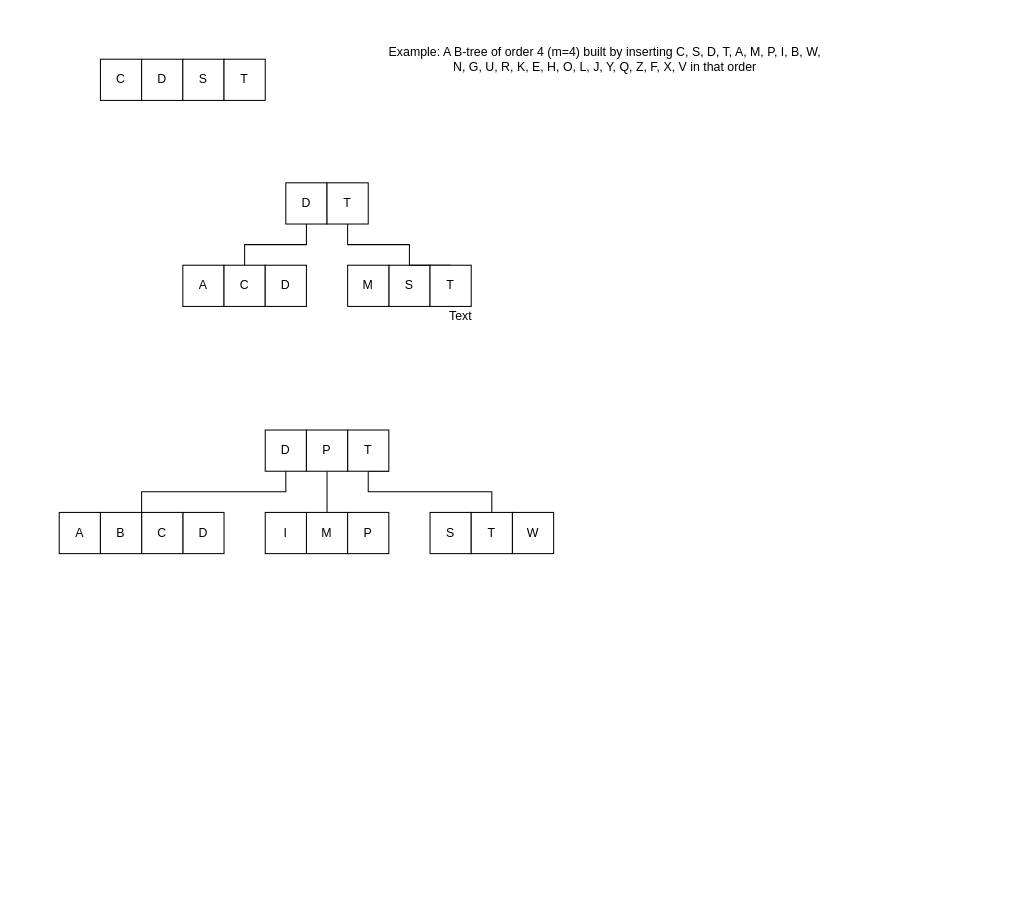
JJVillasis/Database-Designs keeps this draw.io diagram as B Trees Example.drawio. Above is the earlier version. Source tidied: cells renumbered, new cells numbered last; positions are measured from the earlier drawing's top-left corner, leaving out a move shared by most shapes. Both pictures are drawn from the tidied source at 103%, with x=0, y=0 at pixel (59, 18).
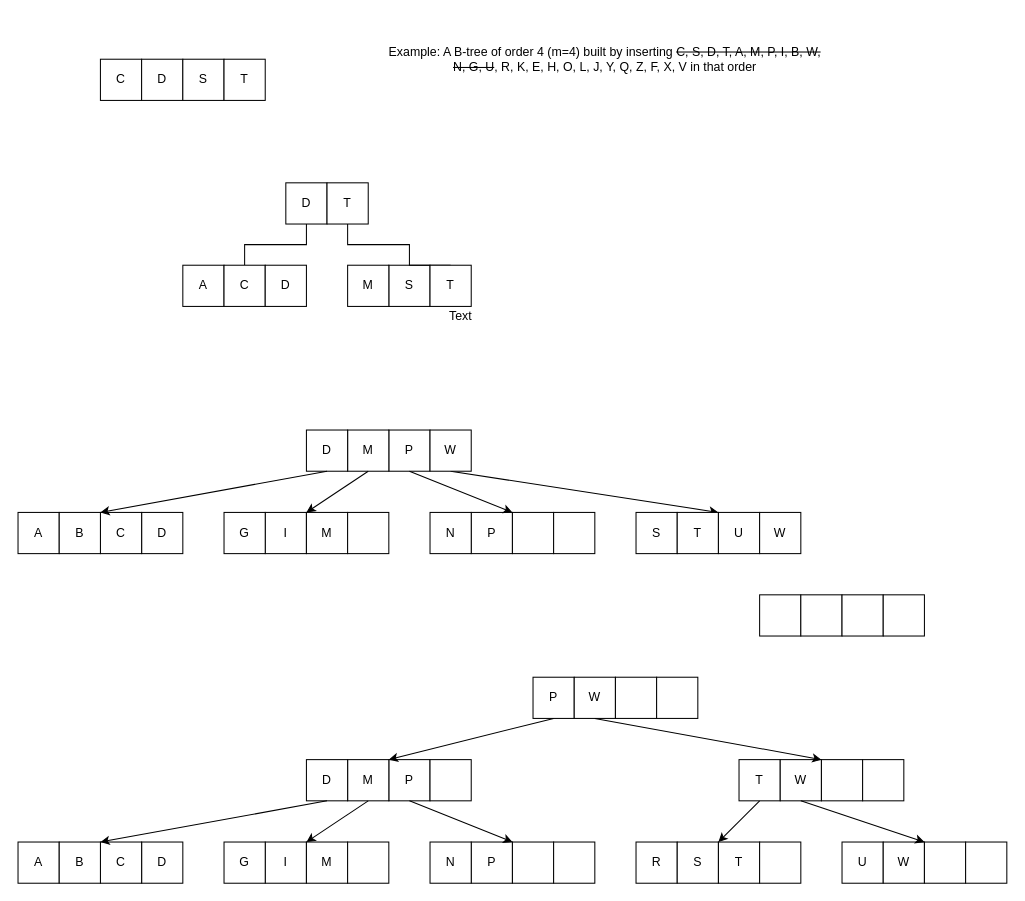
The same diagram, later.

Change to the diagram source:
```diff
@@
-    <mxCell id="2" style="edgeStyle=orthogonalEdgeStyle;rounded=0;jettySize=auto;html=1;exitX=0.5;exitY=1;exitDx=0;exitDy=0;endArrow=none;endFill=0;entryX=1;entryY=0;entryDx=0;entryDy=0;" parent="1" edge="1" source="8" target="32">
-      <mxGeometry relative="1" as="geometry">
-        <Array as="points">
-          <mxPoint x="220" y="460" />
-          <mxPoint x="80" y="460" />
-        </Array>
-      </mxGeometry>
-    </mxCell>
-    <mxCell id="3" style="edgeStyle=orthogonalEdgeStyle;rounded=0;jettySize=auto;html=1;exitX=1;exitY=1;exitDx=0;exitDy=0;entryX=1;entryY=0;entryDx=0;entryDy=0;endArrow=none;endFill=0;" parent="1" edge="1" source="9" target="4">
-      <mxGeometry relative="1" as="geometry">
-        <Array as="points">
-          <mxPoint x="300" y="440" />
-          <mxPoint x="300" y="460" />
-          <mxPoint x="420" y="460" />
-          <mxPoint x="420" y="480" />
-        </Array>
-      </mxGeometry>
-    </mxCell>
-    <mxCell id="4" value="S" style="whiteSpace=wrap;html=1;align=center;" parent="1" vertex="1">
-      <mxGeometry x="360" y="480" width="40" height="40" as="geometry" />
-    </mxCell>
-    <mxCell id="5" value="T" style="whiteSpace=wrap;html=1;align=center;" parent="1" vertex="1">
-      <mxGeometry x="400" y="480" width="40" height="40" as="geometry" />
-    </mxCell>
-    <mxCell id="6" value="M" style="whiteSpace=wrap;html=1;align=center;" parent="1" vertex="1">
-      <mxGeometry x="240" y="480" width="40" height="40" as="geometry" />
-    </mxCell>
-    <mxCell id="7" value="P" style="whiteSpace=wrap;html=1;align=center;" parent="1" vertex="1">
-      <mxGeometry x="280" y="480" width="40" height="40" as="geometry" />
-    </mxCell>
-    <mxCell id="8" value="D" style="whiteSpace=wrap;html=1;align=center;" parent="1" vertex="1">
-      <mxGeometry x="200" y="400" width="40" height="40" as="geometry" />
-    </mxCell>
-    <mxCell id="9" value="T" style="whiteSpace=wrap;html=1;align=center;" parent="1" vertex="1">
-      <mxGeometry x="280" y="400" width="40" height="40" as="geometry" />
-    </mxCell>
-    <mxCell id="10" value="I" style="whiteSpace=wrap;html=1;align=center;" parent="1" vertex="1">
-      <mxGeometry x="200" y="480" width="40" height="40" as="geometry" />
-    </mxCell>
-    <mxCell id="11" style="edgeStyle=orthogonalEdgeStyle;rounded=0;jettySize=auto;html=1;exitX=0.5;exitY=1;exitDx=0;exitDy=0;entryX=0.5;entryY=0;entryDx=0;entryDy=0;endArrow=none;endFill=0;" parent="1" edge="1" source="12" target="6">
-      <mxGeometry relative="1" as="geometry" />
-    </mxCell>
-    <mxCell id="12" value="P" style="whiteSpace=wrap;html=1;align=center;" parent="1" vertex="1">
-      <mxGeometry x="240" y="400" width="40" height="40" as="geometry" />
-    </mxCell>
+    <mxCell id="34" style="rounded=0;jettySize=auto;html=1;exitX=0.5;exitY=1;exitDx=0;exitDy=0;entryX=1;entryY=0;entryDx=0;entryDy=0;endArrow=classic;endFill=1;" parent="1" edge="1" source="40" target="5">
+      <mxGeometry relative="1" as="geometry" />
+    </mxCell>
@@
-    <mxCell id="28" value="Example: A B-tree of order 4 (m=4) built by inserting C, S, D, T, A, M, P, I, B, W,&lt;br/&gt;N, G, U, R, K, E, H, O, L, J, Y, Q, Z, F, X, V in that order" style="text;html=1;strokeColor=none;fillColor=none;align=center;verticalAlign=middle;whiteSpace=wrap;rounded=0;" parent="1" vertex="1">
+    <mxCell id="28" value="Example: A B-tree of order 4 (m=4) built by inserting &lt;strike&gt;C, S, D, T, A, M, P, I, B, W,&lt;br&gt;N, G, U&lt;/strike&gt;, R, K, E, H, O, L, J, Y, Q, Z, F, X, V in that order" style="text;html=1;strokeColor=none;fillColor=none;align=center;verticalAlign=middle;whiteSpace=wrap;rounded=0;" parent="1" vertex="1">
       <mxGeometry x="260" width="540" height="80" as="geometry" />
     </mxCell>
+    <mxCell id="35" style="group;" parent="1" vertex="1">
+      <mxGeometry x="160" y="480" width="160" height="40" as="geometry" />
+    </mxCell>
+    <mxCell id="6" value="I" style="whiteSpace=wrap;html=1;align=center;" parent="35" vertex="1">
+      <mxGeometry x="40" width="40" height="40" as="geometry" />
+    </mxCell>
+    <mxCell id="7" value="M" style="whiteSpace=wrap;html=1;align=center;" parent="35" vertex="1">
+      <mxGeometry x="80" width="40" height="40" as="geometry" />
+    </mxCell>
+    <mxCell id="10" value="G" style="whiteSpace=wrap;html=1;align=center;" parent="35" vertex="1">
+      <mxGeometry width="40" height="40" as="geometry" />
+    </mxCell>
+    <mxCell id="36" style="whiteSpace=wrap;html=1;align=center;" parent="35" vertex="1">
+      <mxGeometry x="120" width="40" height="40" as="geometry" />
+    </mxCell>
+    <mxCell id="37" style="group;" parent="1" vertex="1">
+      <mxGeometry x="-40" y="480" width="160" height="40" as="geometry" />
+    </mxCell>
-    <mxCell id="29" value="D" style="whiteSpace=wrap;html=1;align=center;" parent="1" vertex="1">
-      <mxGeometry x="120" y="480" width="40" height="40" as="geometry" />
+    <mxCell id="29" value="D" style="whiteSpace=wrap;html=1;align=center;" parent="37" vertex="1">
+      <mxGeometry x="120" width="40" height="40" as="geometry" />
     </mxCell>
-    <mxCell id="30" value="C" style="whiteSpace=wrap;html=1;align=center;" parent="1" vertex="1">
-      <mxGeometry x="80" y="480" width="40" height="40" as="geometry" />
+    <mxCell id="30" value="C" style="whiteSpace=wrap;html=1;align=center;" parent="37" vertex="1">
+      <mxGeometry x="80" width="40" height="40" as="geometry" />
     </mxCell>
-    <mxCell id="31" value="A" style="whiteSpace=wrap;html=1;align=center;" parent="1" vertex="1">
-      <mxGeometry y="480" width="40" height="40" as="geometry" />
+    <mxCell id="31" value="A" style="whiteSpace=wrap;html=1;align=center;" parent="37" vertex="1">
+      <mxGeometry width="40" height="40" as="geometry" />
     </mxCell>
-    <mxCell id="32" value="B" style="whiteSpace=wrap;html=1;align=center;" parent="1" vertex="1">
-      <mxGeometry x="40" y="480" width="40" height="40" as="geometry" />
+    <mxCell id="32" value="B" style="whiteSpace=wrap;html=1;align=center;" parent="37" vertex="1">
+      <mxGeometry x="40" width="40" height="40" as="geometry" />
     </mxCell>
+    <mxCell id="38" style="group;" parent="1" vertex="1">
+      <mxGeometry x="240" y="400" width="160" height="40" as="geometry" />
+    </mxCell>
+    <mxCell id="9" value="P" style="whiteSpace=wrap;html=1;align=center;" parent="38" vertex="1">
+      <mxGeometry x="80" width="40" height="40" as="geometry" />
+    </mxCell>
+    <mxCell id="12" value="M" style="whiteSpace=wrap;html=1;align=center;" parent="38" vertex="1">
+      <mxGeometry x="40" width="40" height="40" as="geometry" />
+    </mxCell>
+    <mxCell id="39" value="D" style="whiteSpace=wrap;html=1;align=center;" parent="38" vertex="1">
+      <mxGeometry width="40" height="40" as="geometry" />
+    </mxCell>
+    <mxCell id="40" value="W" style="whiteSpace=wrap;html=1;align=center;" parent="38" vertex="1">
+      <mxGeometry x="120" width="40" height="40" as="geometry" />
+    </mxCell>
+    <mxCell id="41" style="group;" parent="1" vertex="1">
+      <mxGeometry x="560" y="480" width="160" height="40" as="geometry" />
+    </mxCell>
+    <mxCell id="4" value="S" style="whiteSpace=wrap;html=1;align=center;" parent="41" vertex="1">
+      <mxGeometry width="40" height="40" as="geometry" />
+    </mxCell>
+    <mxCell id="5" value="T" style="whiteSpace=wrap;html=1;align=center;" parent="41" vertex="1">
+      <mxGeometry x="40" width="40" height="40" as="geometry" />
+    </mxCell>
-    <mxCell id="33" value="W" style="whiteSpace=wrap;html=1;align=center;" parent="1" vertex="1">
-      <mxGeometry x="440" y="480" width="40" height="40" as="geometry" />
+    <mxCell id="33" value="U" style="whiteSpace=wrap;html=1;align=center;" parent="41" vertex="1">
+      <mxGeometry x="80" width="40" height="40" as="geometry" />
     </mxCell>
+    <mxCell id="42" value="W" style="whiteSpace=wrap;html=1;align=center;" parent="41" vertex="1">
+      <mxGeometry x="120" width="40" height="40" as="geometry" />
+    </mxCell>
+    <mxCell id="43" style="group;" parent="1" vertex="1">
+      <mxGeometry x="680" y="560" width="160" height="40" as="geometry" />
+    </mxCell>
+    <mxCell id="44" style="whiteSpace=wrap;html=1;align=center;" parent="43" vertex="1">
+      <mxGeometry width="40" height="40" as="geometry" />
+    </mxCell>
+    <mxCell id="45" style="whiteSpace=wrap;html=1;align=center;" parent="43" vertex="1">
+      <mxGeometry x="40" width="40" height="40" as="geometry" />
+    </mxCell>
+    <mxCell id="46" style="whiteSpace=wrap;html=1;align=center;" parent="43" vertex="1">
+      <mxGeometry x="80" width="40" height="40" as="geometry" />
+    </mxCell>
+    <mxCell id="47" style="whiteSpace=wrap;html=1;align=center;" parent="43" vertex="1">
+      <mxGeometry x="120" width="40" height="40" as="geometry" />
+    </mxCell>
+    <mxCell id="48" style="group;" parent="1" vertex="1">
+      <mxGeometry x="360" y="480" width="160" height="40" as="geometry" />
+    </mxCell>
+    <mxCell id="49" value="P" style="whiteSpace=wrap;html=1;align=center;" parent="48" vertex="1">
+      <mxGeometry x="40" width="40" height="40" as="geometry" />
+    </mxCell>
+    <mxCell id="50" style="whiteSpace=wrap;html=1;align=center;" parent="48" vertex="1">
+      <mxGeometry x="80" width="40" height="40" as="geometry" />
+    </mxCell>
+    <mxCell id="51" value="N" style="whiteSpace=wrap;html=1;align=center;" parent="48" vertex="1">
+      <mxGeometry width="40" height="40" as="geometry" />
+    </mxCell>
+    <mxCell id="52" style="whiteSpace=wrap;html=1;align=center;" parent="48" vertex="1">
+      <mxGeometry x="120" width="40" height="40" as="geometry" />
+    </mxCell>
+    <mxCell id="53" style="edgeStyle=none;rounded=0;jettySize=auto;html=1;exitX=0.5;exitY=1;exitDx=0;exitDy=0;entryX=0;entryY=0;entryDx=0;entryDy=0;endArrow=classic;endFill=1;" parent="1" edge="1" source="9" target="50">
+      <mxGeometry relative="1" as="geometry" />
+    </mxCell>
+    <mxCell id="54" style="edgeStyle=none;rounded=0;jettySize=auto;html=1;exitX=0.5;exitY=1;exitDx=0;exitDy=0;entryX=0;entryY=0;entryDx=0;entryDy=0;endArrow=classic;endFill=1;" parent="1" edge="1" source="12" target="7">
+      <mxGeometry relative="1" as="geometry" />
+    </mxCell>
+    <mxCell id="55" style="edgeStyle=none;rounded=0;jettySize=auto;html=1;exitX=0.5;exitY=1;exitDx=0;exitDy=0;entryX=1;entryY=0;entryDx=0;entryDy=0;endArrow=classic;endFill=1;" parent="1" edge="1" source="39" target="32">
+      <mxGeometry relative="1" as="geometry" />
+    </mxCell>
+    <mxCell id="56" style="group;" parent="1" vertex="1">
+      <mxGeometry x="160" y="800" width="160" height="40" as="geometry" />
+    </mxCell>
+    <mxCell id="57" value="I" style="whiteSpace=wrap;html=1;align=center;" parent="56" vertex="1">
+      <mxGeometry x="40" width="40" height="40" as="geometry" />
+    </mxCell>
+    <mxCell id="58" value="M" style="whiteSpace=wrap;html=1;align=center;" parent="56" vertex="1">
+      <mxGeometry x="80" width="40" height="40" as="geometry" />
+    </mxCell>
+    <mxCell id="59" value="G" style="whiteSpace=wrap;html=1;align=center;" parent="56" vertex="1">
+      <mxGeometry width="40" height="40" as="geometry" />
+    </mxCell>
+    <mxCell id="60" style="whiteSpace=wrap;html=1;align=center;" parent="56" vertex="1">
+      <mxGeometry x="120" width="40" height="40" as="geometry" />
+    </mxCell>
+    <mxCell id="61" style="group;" parent="1" vertex="1">
+      <mxGeometry x="-40" y="800" width="160" height="40" as="geometry" />
+    </mxCell>
+    <mxCell id="62" value="D" style="whiteSpace=wrap;html=1;align=center;" parent="61" vertex="1">
+      <mxGeometry x="120" width="40" height="40" as="geometry" />
+    </mxCell>
+    <mxCell id="63" value="C" style="whiteSpace=wrap;html=1;align=center;" parent="61" vertex="1">
+      <mxGeometry x="80" width="40" height="40" as="geometry" />
+    </mxCell>
+    <mxCell id="64" value="A" style="whiteSpace=wrap;html=1;align=center;" parent="61" vertex="1">
+      <mxGeometry width="40" height="40" as="geometry" />
+    </mxCell>
+    <mxCell id="65" value="B" style="whiteSpace=wrap;html=1;align=center;" parent="61" vertex="1">
+      <mxGeometry x="40" width="40" height="40" as="geometry" />
+    </mxCell>
+    <mxCell id="66" style="group;" parent="1" vertex="1">
+      <mxGeometry x="240" y="720" width="160" height="40" as="geometry" />
+    </mxCell>
+    <mxCell id="67" value="P" style="whiteSpace=wrap;html=1;align=center;" parent="66" vertex="1">
+      <mxGeometry x="80" width="40" height="40" as="geometry" />
+    </mxCell>
+    <mxCell id="68" value="M" style="whiteSpace=wrap;html=1;align=center;" parent="66" vertex="1">
+      <mxGeometry x="40" width="40" height="40" as="geometry" />
+    </mxCell>
+    <mxCell id="69" value="D" style="whiteSpace=wrap;html=1;align=center;" parent="66" vertex="1">
+      <mxGeometry width="40" height="40" as="geometry" />
+    </mxCell>
+    <mxCell id="70" style="whiteSpace=wrap;html=1;align=center;" parent="66" vertex="1">
+      <mxGeometry x="120" width="40" height="40" as="geometry" />
+    </mxCell>
+    <mxCell id="71" style="group;" parent="1" vertex="1">
+      <mxGeometry x="560" y="800" width="160" height="40" as="geometry" />
+    </mxCell>
+    <mxCell id="72" value="R" style="whiteSpace=wrap;html=1;align=center;" parent="71" vertex="1">
+      <mxGeometry width="40" height="40" as="geometry" />
+    </mxCell>
+    <mxCell id="73" value="S" style="whiteSpace=wrap;html=1;align=center;" parent="71" vertex="1">
+      <mxGeometry x="40" width="40" height="40" as="geometry" />
+    </mxCell>
+    <mxCell id="74" value="T" style="whiteSpace=wrap;html=1;align=center;" parent="71" vertex="1">
+      <mxGeometry x="80" width="40" height="40" as="geometry" />
+    </mxCell>
+    <mxCell id="75" style="whiteSpace=wrap;html=1;align=center;" parent="71" vertex="1">
+      <mxGeometry x="120" width="40" height="40" as="geometry" />
+    </mxCell>
+    <mxCell id="76" style="group;" parent="1" vertex="1">
+      <mxGeometry x="360" y="800" width="160" height="40" as="geometry" />
+    </mxCell>
+    <mxCell id="77" value="P" style="whiteSpace=wrap;html=1;align=center;" parent="76" vertex="1">
+      <mxGeometry x="40" width="40" height="40" as="geometry" />
+    </mxCell>
+    <mxCell id="78" style="whiteSpace=wrap;html=1;align=center;" parent="76" vertex="1">
+      <mxGeometry x="80" width="40" height="40" as="geometry" />
+    </mxCell>
+    <mxCell id="79" value="N" style="whiteSpace=wrap;html=1;align=center;" parent="76" vertex="1">
+      <mxGeometry width="40" height="40" as="geometry" />
+    </mxCell>
+    <mxCell id="80" style="whiteSpace=wrap;html=1;align=center;" parent="76" vertex="1">
+      <mxGeometry x="120" width="40" height="40" as="geometry" />
+    </mxCell>
+    <mxCell id="81" style="edgeStyle=none;rounded=0;jettySize=auto;html=1;exitX=0.5;exitY=1;exitDx=0;exitDy=0;entryX=0;entryY=0;entryDx=0;entryDy=0;endArrow=classic;endFill=1;" parent="1" edge="1" source="67" target="78">
+      <mxGeometry relative="1" as="geometry" />
+    </mxCell>
+    <mxCell id="82" style="edgeStyle=none;rounded=0;jettySize=auto;html=1;exitX=0.5;exitY=1;exitDx=0;exitDy=0;entryX=0;entryY=0;entryDx=0;entryDy=0;endArrow=classic;endFill=1;" parent="1" edge="1" source="68" target="58">
+      <mxGeometry relative="1" as="geometry" />
+    </mxCell>
+    <mxCell id="83" style="edgeStyle=none;rounded=0;jettySize=auto;html=1;exitX=0.5;exitY=1;exitDx=0;exitDy=0;entryX=1;entryY=0;entryDx=0;entryDy=0;endArrow=classic;endFill=1;" parent="1" edge="1" source="69" target="65">
+      <mxGeometry relative="1" as="geometry" />
+    </mxCell>
+    <mxCell id="84" style="group;" parent="1" vertex="1">
+      <mxGeometry x="760" y="800" width="160" height="40" as="geometry" />
+    </mxCell>
+    <mxCell id="85" value="U" style="whiteSpace=wrap;html=1;align=center;" parent="84" vertex="1">
+      <mxGeometry width="40" height="40" as="geometry" />
+    </mxCell>
+    <mxCell id="86" value="W" style="whiteSpace=wrap;html=1;align=center;" parent="84" vertex="1">
+      <mxGeometry x="40" width="40" height="40" as="geometry" />
+    </mxCell>
+    <mxCell id="87" style="whiteSpace=wrap;html=1;align=center;" parent="84" vertex="1">
+      <mxGeometry x="80" width="40" height="40" as="geometry" />
+    </mxCell>
+    <mxCell id="88" style="whiteSpace=wrap;html=1;align=center;" parent="84" vertex="1">
+      <mxGeometry x="120" width="40" height="40" as="geometry" />
+    </mxCell>
+    <mxCell id="89" style="group;" parent="1" vertex="1">
+      <mxGeometry x="660" y="720" width="160" height="40" as="geometry" />
+    </mxCell>
+    <mxCell id="90" value="T" style="whiteSpace=wrap;html=1;align=center;" parent="89" vertex="1">
+      <mxGeometry width="40" height="40" as="geometry" />
+    </mxCell>
+    <mxCell id="91" value="W" style="whiteSpace=wrap;html=1;align=center;" parent="89" vertex="1">
+      <mxGeometry x="40" width="40" height="40" as="geometry" />
+    </mxCell>
+    <mxCell id="92" style="whiteSpace=wrap;html=1;align=center;" parent="89" vertex="1">
+      <mxGeometry x="80" width="40" height="40" as="geometry" />
+    </mxCell>
+    <mxCell id="93" style="whiteSpace=wrap;html=1;align=center;" parent="89" vertex="1">
+      <mxGeometry x="120" width="40" height="40" as="geometry" />
+    </mxCell>
+    <mxCell id="94" style="edgeStyle=none;rounded=0;jettySize=auto;html=1;exitX=0.5;exitY=1;exitDx=0;exitDy=0;entryX=0;entryY=0;entryDx=0;entryDy=0;endArrow=classic;endFill=1;" parent="1" edge="1" source="90" target="74">
+      <mxGeometry relative="1" as="geometry" />
+    </mxCell>
+    <mxCell id="95" style="edgeStyle=none;rounded=0;jettySize=auto;html=1;exitX=0.5;exitY=1;exitDx=0;exitDy=0;entryX=1;entryY=0;entryDx=0;entryDy=0;endArrow=classic;endFill=1;" parent="1" edge="1" source="91" target="86">
+      <mxGeometry relative="1" as="geometry" />
+    </mxCell>
+    <mxCell id="96" style="group;" parent="1" vertex="1">
+      <mxGeometry x="460" y="640" width="160" height="40" as="geometry" />
+    </mxCell>
+    <mxCell id="97" value="P" style="whiteSpace=wrap;html=1;align=center;" parent="96" vertex="1">
+      <mxGeometry width="40" height="40" as="geometry" />
+    </mxCell>
+    <mxCell id="98" value="W" style="whiteSpace=wrap;html=1;align=center;" parent="96" vertex="1">
+      <mxGeometry x="40" width="40" height="40" as="geometry" />
+    </mxCell>
+    <mxCell id="99" style="whiteSpace=wrap;html=1;align=center;" parent="96" vertex="1">
+      <mxGeometry x="80" width="40" height="40" as="geometry" />
+    </mxCell>
+    <mxCell id="100" style="whiteSpace=wrap;html=1;align=center;" parent="96" vertex="1">
+      <mxGeometry x="120" width="40" height="40" as="geometry" />
+    </mxCell>
+    <mxCell id="101" style="edgeStyle=none;rounded=0;jettySize=auto;html=1;exitX=0.5;exitY=1;exitDx=0;exitDy=0;entryX=0;entryY=0;entryDx=0;entryDy=0;endArrow=classic;endFill=1;" parent="1" edge="1" source="97" target="67">
+      <mxGeometry relative="1" as="geometry" />
+    </mxCell>
+    <mxCell id="102" style="edgeStyle=none;rounded=0;jettySize=auto;html=1;exitX=0.5;exitY=1;exitDx=0;exitDy=0;entryX=1;entryY=0;entryDx=0;entryDy=0;endArrow=classic;endFill=1;" parent="1" edge="1" source="98" target="91">
+      <mxGeometry relative="1" as="geometry" />
+    </mxCell>
```
